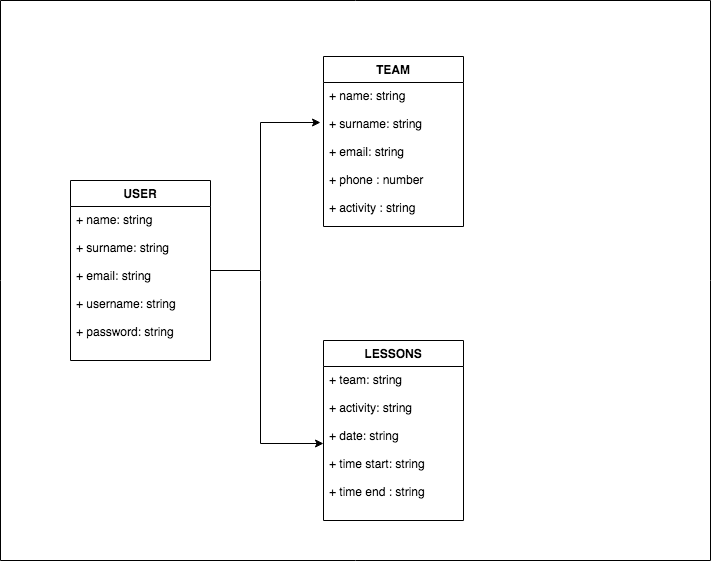
Earlier version of the draw.io export staff/aitor-parra/pyrene-ski/pyrene-ski-doc/images/ps-data-model.png (b00tc4mp/skylab-bootcamp-201909). Source tidied: cells renumbered, new cells last; positions are measured from the earlier drawing's top-left corner, leaving out a move shared by most shapes.
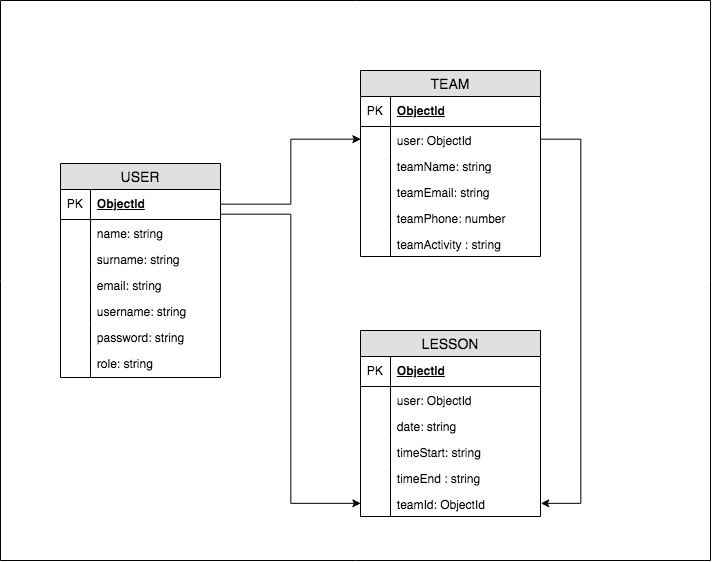
After the change.

Change to the diagram source:
```diff
@@ -4,63 +4,175 @@
     <mxCell id="1" parent="0" />
     <mxCell id="2" style="endArrow=none;html=1;" parent="1" edge="1">
       <mxGeometry relative="1" as="geometry">
-        <mxPoint y="560" as="sourcePoint" />
-        <mxPoint x="710" y="560" as="targetPoint" />
+        <mxPoint x="40" y="570" as="sourcePoint" />
+        <mxPoint x="750" y="570" as="targetPoint" />
       </mxGeometry>
     </mxCell>
     <mxCell id="3" style="endArrow=none;html=1;" parent="1" edge="1">
       <mxGeometry relative="1" as="geometry">
-        <mxPoint as="sourcePoint" />
-        <mxPoint x="710" as="targetPoint" />
+        <mxPoint x="40" y="10" as="sourcePoint" />
+        <mxPoint x="750" y="10" as="targetPoint" />
       </mxGeometry>
     </mxCell>
     <mxCell id="4" style="endArrow=none;html=1;" parent="1" edge="1">
       <mxGeometry relative="1" as="geometry">
-        <mxPoint x="710" as="sourcePoint" />
-        <mxPoint x="710" y="560" as="targetPoint" />
+        <mxPoint x="750" y="10" as="sourcePoint" />
+        <mxPoint x="750" y="570" as="targetPoint" />
       </mxGeometry>
     </mxCell>
     <mxCell id="5" style="endArrow=none;html=1;" parent="1" edge="1">
       <mxGeometry relative="1" as="geometry">
-        <mxPoint as="sourcePoint" />
-        <mxPoint y="560" as="targetPoint" />
+        <mxPoint x="40" y="10" as="sourcePoint" />
+        <mxPoint x="40" y="570" as="targetPoint" />
       </mxGeometry>
     </mxCell>
-    <mxCell id="6" style="edgeStyle=orthogonalEdgeStyle;rounded=0;jettySize=auto;html=1;" parent="1" edge="1" source="7">
-      <mxGeometry relative="1" as="geometry">
-        <mxPoint x="320" y="122" as="targetPoint" />
-        <Array as="points">
-          <mxPoint x="260" y="270" />
-          <mxPoint x="260" y="122" />
-        </Array>
-      </mxGeometry>
-    </mxCell>
+    <mxCell id="14" style="edgeStyle=orthogonalEdgeStyle;rounded=0;jettySize=auto;html=1;entryX=0;entryY=0.5;entryDx=0;entryDy=0;exitX=1;exitY=0.5;exitDx=0;exitDy=0;" parent="1" edge="1" source="15" target="34">
+      <mxGeometry relative="1" as="geometry" />
+    </mxCell>
-    <mxCell id="7" value="USER" style="swimlane;fontStyle=1;horizontal=1;startSize=26;fillColor=none;rounded=0;comic=0;strokeWidth=1;" parent="1" vertex="1">
-      <mxGeometry x="70" y="180" width="140" height="180" as="geometry" />
+    <mxCell id="7" value="USER" style="swimlane;fontStyle=0;horizontal=1;startSize=26;fillColor=#e0e0e0;swimlaneFillColor=#ffffff;align=center;fontSize=14;" parent="1" vertex="1">
+      <mxGeometry x="100" y="173" width="160" height="214" as="geometry" />
     </mxCell>
-    <mxCell id="8" value="+ name: string&#10;&#10;+ surname: string&#10;&#10;+ email: string&#10;&#10;+ username: string&#10;&#10;+ password: string&#10;&#10;" style="text;strokeColor=none;fillColor=none;align=left;verticalAlign=top;spacingLeft=4;spacingRight=4;overflow=hidden;" parent="7" vertex="1">
-      <mxGeometry y="26" width="140" height="154" as="geometry" />
-    </mxCell>
+    <mxCell id="15" value="ObjectId" style="shape=partialRectangle;top=0;left=0;right=0;bottom=1;align=left;verticalAlign=middle;fillColor=none;spacingLeft=34;spacingRight=4;overflow=hidden;points=[[0,0.5],[1,0.5]];portConstraint=eastwest;fontStyle=5;fontSize=12;" parent="7" vertex="1">
+      <mxGeometry y="26" width="160" height="30" as="geometry" />
+    </mxCell>
+    <mxCell id="16" value="PK" style="shape=partialRectangle;top=0;left=0;bottom=0;fillColor=none;align=left;verticalAlign=middle;spacingLeft=4;spacingRight=4;overflow=hidden;fontSize=12;" parent="15" vertex="1">
+      <mxGeometry width="30" height="30" as="geometry" />
+    </mxCell>
+    <mxCell id="17" value="name: string" style="shape=partialRectangle;top=0;left=0;right=0;bottom=0;align=left;verticalAlign=top;fillColor=none;spacingLeft=34;spacingRight=4;overflow=hidden;fontSize=12;" parent="7" vertex="1">
+      <mxGeometry y="56" width="160" height="26" as="geometry" />
+    </mxCell>
+    <mxCell id="18" style="shape=partialRectangle;top=0;left=0;bottom=0;fillColor=none;align=left;verticalAlign=top;spacingLeft=4;spacingRight=4;overflow=hidden;fontSize=12;" parent="17" vertex="1">
+      <mxGeometry width="30" height="26" as="geometry" />
+    </mxCell>
+    <mxCell id="19" value="surname: string" style="shape=partialRectangle;top=0;left=0;right=0;bottom=0;align=left;verticalAlign=top;fillColor=none;spacingLeft=34;spacingRight=4;overflow=hidden;fontSize=12;" parent="7" vertex="1">
+      <mxGeometry y="82" width="160" height="26" as="geometry" />
+    </mxCell>
+    <mxCell id="20" style="shape=partialRectangle;top=0;left=0;bottom=0;fillColor=none;align=left;verticalAlign=top;spacingLeft=4;spacingRight=4;overflow=hidden;fontSize=12;" parent="19" vertex="1">
+      <mxGeometry width="30" height="26" as="geometry" />
+    </mxCell>
+    <mxCell id="21" value="email: string" style="shape=partialRectangle;top=0;left=0;right=0;bottom=0;align=left;verticalAlign=top;fillColor=none;spacingLeft=34;spacingRight=4;overflow=hidden;fontSize=12;" parent="7" vertex="1">
+      <mxGeometry y="108" width="160" height="26" as="geometry" />
+    </mxCell>
+    <mxCell id="22" style="shape=partialRectangle;top=0;left=0;bottom=0;fillColor=none;align=left;verticalAlign=top;spacingLeft=4;spacingRight=4;overflow=hidden;fontSize=12;" parent="21" vertex="1">
+      <mxGeometry width="30" height="26" as="geometry" />
+    </mxCell>
+    <mxCell id="23" value="username: string" style="shape=partialRectangle;top=0;left=0;right=0;bottom=0;align=left;verticalAlign=top;fillColor=none;spacingLeft=34;spacingRight=4;overflow=hidden;fontSize=12;" parent="7" vertex="1">
+      <mxGeometry y="134" width="160" height="26" as="geometry" />
+    </mxCell>
+    <mxCell id="24" style="shape=partialRectangle;top=0;left=0;bottom=0;fillColor=none;align=left;verticalAlign=top;spacingLeft=4;spacingRight=4;overflow=hidden;fontSize=12;" parent="23" vertex="1">
+      <mxGeometry width="30" height="26" as="geometry" />
+    </mxCell>
+    <mxCell id="25" value="password: string" style="shape=partialRectangle;top=0;left=0;right=0;bottom=0;align=left;verticalAlign=top;fillColor=none;spacingLeft=34;spacingRight=4;overflow=hidden;fontSize=12;" parent="7" vertex="1">
+      <mxGeometry y="160" width="160" height="26" as="geometry" />
+    </mxCell>
+    <mxCell id="26" style="shape=partialRectangle;top=0;left=0;bottom=0;fillColor=none;align=left;verticalAlign=top;spacingLeft=4;spacingRight=4;overflow=hidden;fontSize=12;" parent="25" vertex="1">
+      <mxGeometry width="30" height="26" as="geometry" />
+    </mxCell>
+    <mxCell id="27" value="role: string" style="shape=partialRectangle;top=0;left=0;right=0;bottom=0;align=left;verticalAlign=top;fillColor=none;spacingLeft=34;spacingRight=4;overflow=hidden;fontSize=12;" parent="7" vertex="1">
+      <mxGeometry y="186" width="160" height="26" as="geometry" />
+    </mxCell>
+    <mxCell id="28" style="shape=partialRectangle;top=0;left=0;bottom=0;fillColor=none;align=left;verticalAlign=top;spacingLeft=4;spacingRight=4;overflow=hidden;fontSize=12;" parent="27" vertex="1">
+      <mxGeometry width="30" height="26" as="geometry" />
+    </mxCell>
+    <mxCell id="29" style="shape=partialRectangle;top=0;left=0;right=0;bottom=0;align=left;verticalAlign=top;fillColor=none;spacingLeft=34;spacingRight=4;overflow=hidden;fontSize=12;" parent="7" vertex="1">
+      <mxGeometry y="212" width="160" height="2" as="geometry" />
+    </mxCell>
+    <mxCell id="30" style="shape=partialRectangle;top=0;left=0;bottom=0;fillColor=none;align=left;verticalAlign=top;spacingLeft=4;spacingRight=4;overflow=hidden;fontSize=12;" parent="29" vertex="1">
+      <mxGeometry width="30" height="2" as="geometry" />
+    </mxCell>
+    <mxCell id="31" style="edgeStyle=orthogonalEdgeStyle;rounded=0;jettySize=auto;html=1;exitX=1;exitY=0.5;exitDx=0;exitDy=0;entryX=1;entryY=0.5;entryDx=0;entryDy=0;" parent="1" edge="1" source="34" target="55">
+      <mxGeometry relative="1" as="geometry">
+        <Array as="points">
+          <mxPoint x="620" y="149" />
+          <mxPoint x="620" y="513" />
+        </Array>
+      </mxGeometry>
+    </mxCell>
-    <mxCell id="9" value="TEAM" style="swimlane;fontStyle=1;horizontal=1;startSize=26;fillColor=none;rounded=0;comic=0;strokeWidth=1;" parent="1" vertex="1">
-      <mxGeometry x="323" y="56" width="140" height="170" as="geometry" />
+    <mxCell id="9" value="TEAM" style="swimlane;fontStyle=0;horizontal=1;startSize=26;fillColor=#e0e0e0;swimlaneFillColor=#ffffff;align=center;fontSize=14;" parent="1" vertex="1">
+      <mxGeometry x="400" y="80" width="180" height="186" as="geometry" />
     </mxCell>
-    <mxCell id="10" value="+ name: string&#10;&#10;+ surname: string&#10;&#10;+ email: string&#10;&#10;+ phone : number&#10;&#10;+ activity : string&#10;&#10;&#10;&#10;&#10;&#10;" style="text;strokeColor=none;fillColor=none;align=left;verticalAlign=top;spacingLeft=4;spacingRight=4;overflow=hidden;" parent="9" vertex="1">
-      <mxGeometry y="26" width="140" height="144" as="geometry" />
-    </mxCell>
-    <mxCell id="11" value="LESSONS" style="swimlane;fontStyle=1;horizontal=1;startSize=26;fillColor=none;rounded=0;comic=0;strokeWidth=1;" parent="1" vertex="1">
-      <mxGeometry x="323" y="340" width="140" height="180" as="geometry" />
-    </mxCell>
-    <mxCell id="12" value="+ team: string&#10;&#10;+ activity: string&#10;&#10;+ date: string&#10;&#10;+ time start: string&#10;&#10;+ time end : string&#10;&#10;&#10;" style="text;strokeColor=none;fillColor=none;align=left;verticalAlign=top;spacingLeft=4;spacingRight=4;overflow=hidden;points=[[0,0.5],[1,0.5]];portConstraint=eastwest;" parent="11" vertex="1">
-      <mxGeometry y="26" width="140" height="154" as="geometry" />
-    </mxCell>
-    <mxCell id="13" style="edgeStyle=orthogonalEdgeStyle;rounded=0;jettySize=auto;html=1;entryX=0;entryY=0.5;entryDx=0;entryDy=0;" parent="1" edge="1" target="12">
-      <mxGeometry relative="1" as="geometry">
-        <mxPoint x="260" y="270" as="sourcePoint" />
-        <Array as="points">
-          <mxPoint x="260" y="280" />
-          <mxPoint x="260" y="443" />
-        </Array>
-      </mxGeometry>
-    </mxCell>
+    <mxCell id="32" value="ObjectId" style="shape=partialRectangle;top=0;left=0;right=0;bottom=1;align=left;verticalAlign=middle;fillColor=none;spacingLeft=34;spacingRight=4;overflow=hidden;fontStyle=5;fontSize=12;" parent="9" vertex="1">
+      <mxGeometry y="26" width="180" height="30" as="geometry" />
+    </mxCell>
+    <mxCell id="33" value="PK" style="shape=partialRectangle;top=0;left=0;bottom=0;fillColor=none;align=left;verticalAlign=middle;spacingLeft=4;spacingRight=4;overflow=hidden;fontSize=12;" parent="32" vertex="1">
+      <mxGeometry width="30" height="30" as="geometry" />
+    </mxCell>
+    <mxCell id="34" value="user: ObjectId" style="shape=partialRectangle;top=0;left=0;right=0;bottom=0;align=left;verticalAlign=top;fillColor=none;spacingLeft=34;spacingRight=4;overflow=hidden;points=[[0,0.5],[1,0.5]];portConstraint=eastwest;fontSize=12;" parent="9" vertex="1">
+      <mxGeometry y="56" width="180" height="26" as="geometry" />
+    </mxCell>
+    <mxCell id="35" style="shape=partialRectangle;top=0;left=0;bottom=0;fillColor=none;align=left;verticalAlign=top;spacingLeft=4;spacingRight=4;overflow=hidden;fontSize=12;" parent="34" vertex="1">
+      <mxGeometry width="30" height="26" as="geometry" />
+    </mxCell>
+    <mxCell id="36" value="teamName: string" style="shape=partialRectangle;top=0;left=0;right=0;bottom=0;align=left;verticalAlign=top;fillColor=none;spacingLeft=34;spacingRight=4;overflow=hidden;fontSize=12;" parent="9" vertex="1">
+      <mxGeometry y="82" width="180" height="26" as="geometry" />
+    </mxCell>
+    <mxCell id="37" style="shape=partialRectangle;top=0;left=0;bottom=0;fillColor=none;align=left;verticalAlign=top;spacingLeft=4;spacingRight=4;overflow=hidden;fontSize=12;" parent="36" vertex="1">
+      <mxGeometry width="30" height="26" as="geometry" />
+    </mxCell>
+    <mxCell id="38" value="teamEmail: string" style="shape=partialRectangle;top=0;left=0;right=0;bottom=0;align=left;verticalAlign=top;fillColor=none;spacingLeft=34;spacingRight=4;overflow=hidden;fontSize=12;" parent="9" vertex="1">
+      <mxGeometry y="108" width="180" height="26" as="geometry" />
+    </mxCell>
+    <mxCell id="39" style="shape=partialRectangle;top=0;left=0;bottom=0;fillColor=none;align=left;verticalAlign=top;spacingLeft=4;spacingRight=4;overflow=hidden;fontSize=12;" parent="38" vertex="1">
+      <mxGeometry width="30" height="26" as="geometry" />
+    </mxCell>
+    <mxCell id="40" value="teamPhone: number" style="shape=partialRectangle;top=0;left=0;right=0;bottom=0;align=left;verticalAlign=top;fillColor=none;spacingLeft=34;spacingRight=4;overflow=hidden;fontSize=12;" parent="9" vertex="1">
+      <mxGeometry y="134" width="180" height="26" as="geometry" />
+    </mxCell>
+    <mxCell id="41" style="shape=partialRectangle;top=0;left=0;bottom=0;fillColor=none;align=left;verticalAlign=top;spacingLeft=4;spacingRight=4;overflow=hidden;fontSize=12;" parent="40" vertex="1">
+      <mxGeometry width="30" height="26" as="geometry" />
+    </mxCell>
+    <mxCell id="42" value="teamActivity : string" style="shape=partialRectangle;top=0;left=0;right=0;bottom=0;align=left;verticalAlign=top;fillColor=none;spacingLeft=34;spacingRight=4;overflow=hidden;fontSize=12;" parent="9" vertex="1">
+      <mxGeometry y="160" width="180" height="26" as="geometry" />
+    </mxCell>
+    <mxCell id="43" style="shape=partialRectangle;top=0;left=0;bottom=0;fillColor=none;align=left;verticalAlign=top;spacingLeft=4;spacingRight=4;overflow=hidden;fontSize=12;" parent="42" vertex="1">
+      <mxGeometry width="30" height="26" as="geometry" />
+    </mxCell>
+    <mxCell id="44" value="LESSON" style="swimlane;fontStyle=0;horizontal=1;startSize=26;fillColor=#e0e0e0;swimlaneFillColor=#ffffff;align=center;fontSize=14;" parent="1" vertex="1">
+      <mxGeometry x="400" y="340" width="180" height="186" as="geometry" />
+    </mxCell>
+    <mxCell id="45" value="ObjectId" style="shape=partialRectangle;top=0;left=0;right=0;bottom=1;align=left;verticalAlign=middle;fillColor=none;spacingLeft=34;spacingRight=4;overflow=hidden;fontStyle=5;fontSize=12;" parent="44" vertex="1">
+      <mxGeometry y="26" width="180" height="30" as="geometry" />
+    </mxCell>
+    <mxCell id="46" value="PK" style="shape=partialRectangle;top=0;left=0;bottom=0;fillColor=none;align=left;verticalAlign=middle;spacingLeft=4;spacingRight=4;overflow=hidden;fontSize=12;" parent="45" vertex="1">
+      <mxGeometry width="30" height="30" as="geometry" />
+    </mxCell>
+    <mxCell id="47" value="user: ObjectId" style="shape=partialRectangle;top=0;left=0;right=0;bottom=0;align=left;verticalAlign=top;fillColor=none;spacingLeft=34;spacingRight=4;overflow=hidden;fontSize=12;" parent="44" vertex="1">
+      <mxGeometry y="56" width="180" height="26" as="geometry" />
+    </mxCell>
+    <mxCell id="48" style="shape=partialRectangle;top=0;left=0;bottom=0;fillColor=none;align=left;verticalAlign=top;spacingLeft=4;spacingRight=4;overflow=hidden;fontSize=12;" parent="47" vertex="1">
+      <mxGeometry width="30" height="26" as="geometry" />
+    </mxCell>
+    <mxCell id="49" value="date: string" style="shape=partialRectangle;top=0;left=0;right=0;bottom=0;align=left;verticalAlign=top;fillColor=none;spacingLeft=34;spacingRight=4;overflow=hidden;fontSize=12;" parent="44" vertex="1">
+      <mxGeometry y="82" width="180" height="26" as="geometry" />
+    </mxCell>
+    <mxCell id="50" style="shape=partialRectangle;top=0;left=0;bottom=0;fillColor=none;align=left;verticalAlign=top;spacingLeft=4;spacingRight=4;overflow=hidden;fontSize=12;" parent="49" vertex="1">
+      <mxGeometry width="30" height="26" as="geometry" />
+    </mxCell>
+    <mxCell id="51" value="timeStart: string" style="shape=partialRectangle;top=0;left=0;right=0;bottom=0;align=left;verticalAlign=top;fillColor=none;spacingLeft=34;spacingRight=4;overflow=hidden;fontSize=12;" parent="44" vertex="1">
+      <mxGeometry y="108" width="180" height="26" as="geometry" />
+    </mxCell>
+    <mxCell id="52" style="shape=partialRectangle;top=0;left=0;bottom=0;fillColor=none;align=left;verticalAlign=top;spacingLeft=4;spacingRight=4;overflow=hidden;fontSize=12;" parent="51" vertex="1">
+      <mxGeometry width="30" height="26" as="geometry" />
+    </mxCell>
+    <mxCell id="53" value="timeEnd : string" style="shape=partialRectangle;top=0;left=0;right=0;bottom=0;align=left;verticalAlign=top;fillColor=none;spacingLeft=34;spacingRight=4;overflow=hidden;fontSize=12;" parent="44" vertex="1">
+      <mxGeometry y="134" width="180" height="26" as="geometry" />
+    </mxCell>
+    <mxCell id="54" style="shape=partialRectangle;top=0;left=0;bottom=0;fillColor=none;align=left;verticalAlign=top;spacingLeft=4;spacingRight=4;overflow=hidden;fontSize=12;" parent="53" vertex="1">
+      <mxGeometry width="30" height="26" as="geometry" />
+    </mxCell>
+    <mxCell id="55" value="teamId: ObjectId&#10;" style="shape=partialRectangle;top=0;left=0;right=0;bottom=0;align=left;verticalAlign=top;fillColor=none;spacingLeft=34;spacingRight=4;overflow=hidden;points=[[0,0.5],[1,0.5]];portConstraint=eastwest;fontSize=12;" parent="44" vertex="1">
+      <mxGeometry y="160" width="180" height="26" as="geometry" />
+    </mxCell>
+    <mxCell id="56" style="shape=partialRectangle;top=0;left=0;bottom=0;fillColor=none;align=left;verticalAlign=top;spacingLeft=4;spacingRight=4;overflow=hidden;fontSize=12;" parent="55" vertex="1">
+      <mxGeometry width="30" height="26" as="geometry" />
+    </mxCell>
+    <mxCell id="57" style="edgeStyle=orthogonalEdgeStyle;rounded=0;jettySize=auto;html=1;entryX=0;entryY=0.5;entryDx=0;entryDy=0;exitX=1;exitY=0.822;exitDx=0;exitDy=0;exitPerimeter=0;" parent="1" edge="1" source="15" target="55">
+      <mxGeometry relative="1" as="geometry">
+        <Array as="points">
+          <mxPoint x="330" y="224" />
+          <mxPoint x="330" y="513" />
+        </Array>
+      </mxGeometry>
+    </mxCell>
   </root>
 </mxGraphModel>
```
